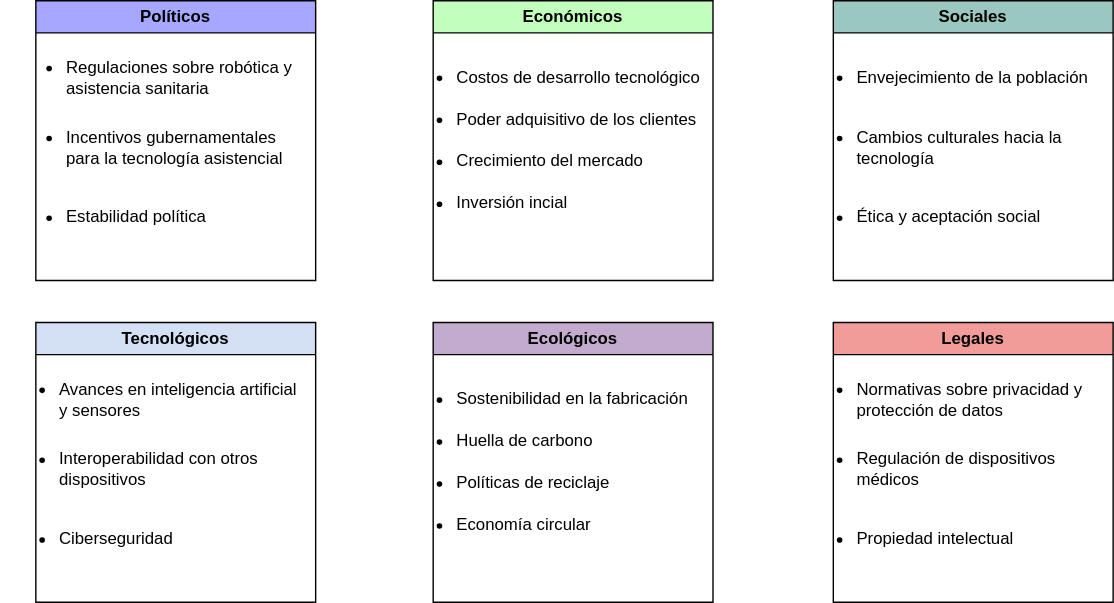
This is img/Pestel.drawio.svg from ldcas-uc3m/PESI-PF, a draw.io export, as it was before one commit. Source tidied: cells renumbered, new cells last; positions are measured from the earlier drawing's top-left corner, leaving out a move shared by most shapes.
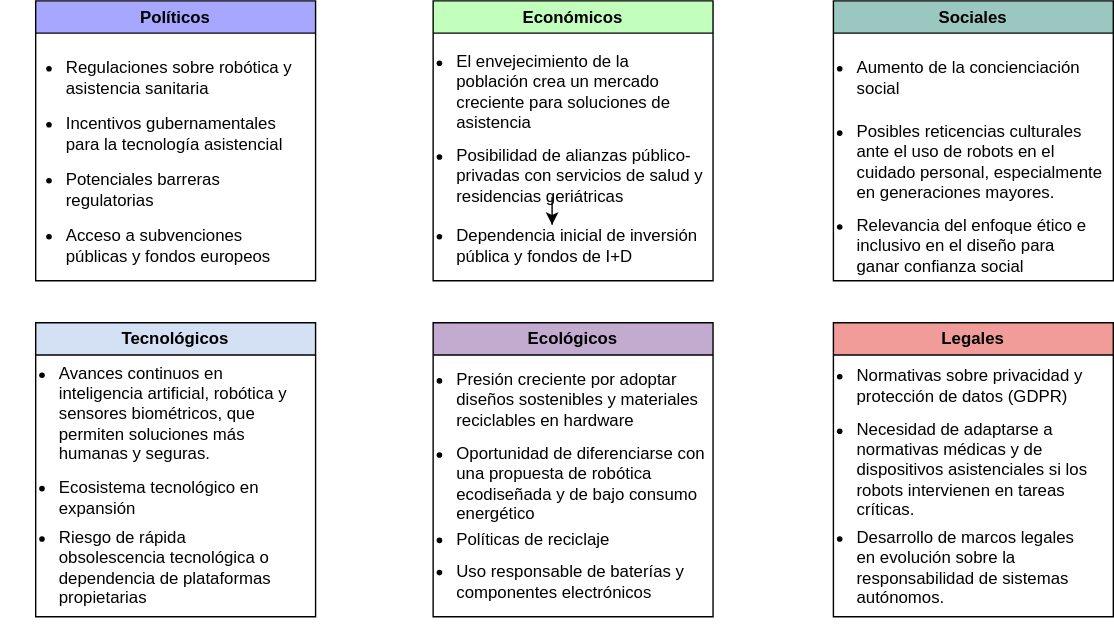
After the commit.

Commit message:
Nuevo Pestel

Change to the diagram source:
```diff
@@ -9,76 +9,79 @@
       <mxGeometry x="-20" y="40" width="210" height="30" as="geometry" />
     </mxCell>
     <mxCell id="4" value="&lt;ul&gt;&lt;li&gt;Incentivos gubernamentales para la tecnología asistencial&lt;/li&gt;&lt;/ul&gt;" style="text;html=1;align=left;verticalAlign=middle;whiteSpace=wrap;rounded=0;" parent="2" vertex="1">
-      <mxGeometry x="-20" y="90" width="210" height="30" as="geometry" />
+      <mxGeometry x="-20" y="80" width="210" height="30" as="geometry" />
     </mxCell>
-    <mxCell id="5" value="&lt;ul&gt;&lt;li&gt;Estabilidad política&lt;/li&gt;&lt;/ul&gt;" style="text;html=1;align=left;verticalAlign=middle;whiteSpace=wrap;rounded=0;" parent="2" vertex="1">
-      <mxGeometry x="-20" y="140" width="210" height="30" as="geometry" />
+    <mxCell id="5" value="&lt;ul&gt;&lt;li&gt;Potenciales barreras regulatorias&lt;/li&gt;&lt;/ul&gt;" style="text;html=1;align=left;verticalAlign=middle;whiteSpace=wrap;rounded=0;" parent="2" vertex="1">
+      <mxGeometry x="-20" y="120" width="210" height="30" as="geometry" />
     </mxCell>
+    <mxCell id="28" value="&lt;ul&gt;&lt;li&gt;Acceso a subvenciones públicas y fondos europeos&lt;/li&gt;&lt;/ul&gt;" style="text;html=1;align=left;verticalAlign=middle;whiteSpace=wrap;rounded=0;" parent="2" vertex="1">
+      <mxGeometry x="-20" y="160" width="210" height="30" as="geometry" />
+    </mxCell>
     <mxCell id="6" value="Económicos" style="swimlane;whiteSpace=wrap;html=1;fillColor=#C2FFBD;" parent="1" vertex="1">
       <mxGeometry x="309" width="200" height="200" as="geometry" />
     </mxCell>
-    <mxCell id="7" value="&lt;ul&gt;&lt;li&gt;Costos de desarrollo tecnológico&lt;/li&gt;&lt;/ul&gt;" style="text;html=1;align=left;verticalAlign=middle;whiteSpace=wrap;rounded=0;" parent="6" vertex="1">
-      <mxGeometry x="-25" y="40" width="220" height="30" as="geometry" />
+    <mxCell id="7" value="&lt;ul&gt;&lt;li&gt;El envejecimiento de la población crea un mercado creciente para soluciones de asistencia&lt;/li&gt;&lt;/ul&gt;" style="text;html=1;align=left;verticalAlign=middle;whiteSpace=wrap;rounded=0;" parent="6" vertex="1">
+      <mxGeometry x="-25" y="50" width="220" height="30" as="geometry" />
     </mxCell>
+    <mxCell id="29" style="edgeStyle=orthogonalEdgeStyle;rounded=0;jettySize=auto;html=1;" parent="6" edge="1" source="8" target="30">
+      <mxGeometry relative="1" as="geometry" />
+    </mxCell>
-    <mxCell id="8" value="&lt;ul&gt;&lt;li&gt;Poder adquisitivo de los clientes&lt;/li&gt;&lt;/ul&gt;" style="text;html=1;align=left;verticalAlign=middle;whiteSpace=wrap;rounded=0;" parent="6" vertex="1">
-      <mxGeometry x="-25" y="70" width="220" height="30" as="geometry" />
+    <mxCell id="8" value="&lt;ul&gt;&lt;li&gt;Posibilidad de alianzas público-privadas con servicios de salud y residencias geriátricas&lt;/li&gt;&lt;/ul&gt;" style="text;html=1;align=left;verticalAlign=middle;whiteSpace=wrap;rounded=0;" parent="6" vertex="1">
+      <mxGeometry x="-25" y="110" width="220" height="30" as="geometry" />
     </mxCell>
-    <mxCell id="9" value="&lt;ul&gt;&lt;li&gt;Crecimiento del mercado&lt;/li&gt;&lt;/ul&gt;" style="text;html=1;align=left;verticalAlign=middle;whiteSpace=wrap;rounded=0;" parent="6" vertex="1">
-      <mxGeometry x="-25" y="100" width="210" height="30" as="geometry" />
-    </mxCell>
-    <mxCell id="10" value="&lt;ul&gt;&lt;li&gt;Inversión incial&lt;/li&gt;&lt;/ul&gt;" style="text;html=1;align=left;verticalAlign=middle;whiteSpace=wrap;rounded=0;" parent="6" vertex="1">
-      <mxGeometry x="-25" y="130" width="210" height="30" as="geometry" />
-    </mxCell>
+    <mxCell id="30" value="&lt;ul&gt;&lt;li&gt;Dependencia inicial de inversión pública y fondos de I+D&lt;/li&gt;&lt;/ul&gt;" style="text;html=1;align=left;verticalAlign=middle;whiteSpace=wrap;rounded=0;" parent="6" vertex="1">
+      <mxGeometry x="-25" y="160" width="220" height="30" as="geometry" />
+    </mxCell>
     <mxCell id="11" value="Sociales" style="swimlane;whiteSpace=wrap;html=1;fillColor=#9AC7BF;" parent="1" vertex="1">
       <mxGeometry x="595" width="200" height="200" as="geometry" />
     </mxCell>
-    <mxCell id="12" value="&lt;ul&gt;&lt;li&gt;Envejecimiento de la población&lt;/li&gt;&lt;/ul&gt;" style="text;html=1;align=left;verticalAlign=middle;whiteSpace=wrap;rounded=0;" parent="11" vertex="1">
+    <mxCell id="12" value="&lt;ul&gt;&lt;li&gt;Aumento de la concienciación social&lt;/li&gt;&lt;/ul&gt;" style="text;html=1;align=left;verticalAlign=middle;whiteSpace=wrap;rounded=0;" parent="11" vertex="1">
       <mxGeometry x="-25" y="40" width="220" height="30" as="geometry" />
     </mxCell>
-    <mxCell id="13" value="&lt;ul&gt;&lt;li&gt;Cambios culturales hacia la tecnología&lt;/li&gt;&lt;/ul&gt;" style="text;html=1;align=left;verticalAlign=middle;whiteSpace=wrap;rounded=0;" parent="11" vertex="1">
-      <mxGeometry x="-25" y="90" width="220" height="30" as="geometry" />
+    <mxCell id="13" value="&lt;ul&gt;&lt;li&gt;Posibles reticencias culturales ante el uso de robots en el cuidado personal, especialmente en generaciones mayores.&lt;/li&gt;&lt;/ul&gt;" style="text;html=1;align=left;verticalAlign=middle;whiteSpace=wrap;rounded=0;" parent="11" vertex="1">
+      <mxGeometry x="-25" y="100" width="220" height="30" as="geometry" />
     </mxCell>
-    <mxCell id="14" value="&lt;ul&gt;&lt;li&gt;Ética y aceptación social&lt;/li&gt;&lt;/ul&gt;" style="text;html=1;align=left;verticalAlign=middle;whiteSpace=wrap;rounded=0;" parent="11" vertex="1">
-      <mxGeometry x="-25" y="140" width="210" height="30" as="geometry" />
+    <mxCell id="14" value="&lt;ul&gt;&lt;li&gt;Relevancia del enfoque ético e inclusivo en el diseño para ganar confianza social&lt;/li&gt;&lt;/ul&gt;" style="text;html=1;align=left;verticalAlign=middle;whiteSpace=wrap;rounded=0;" parent="11" vertex="1">
+      <mxGeometry x="-25" y="160" width="210" height="30" as="geometry" />
     </mxCell>
     <mxCell id="15" value="Tecnológicos" style="swimlane;whiteSpace=wrap;html=1;fillColor=#D4E1F5;" parent="1" vertex="1">
-      <mxGeometry x="25" y="230" width="200" height="200" as="geometry" />
+      <mxGeometry x="25" y="230" width="200" height="210" as="geometry" />
     </mxCell>
-    <mxCell id="16" value="&lt;ul&gt;&lt;li&gt;Avances en inteligencia artificial y sensores&lt;/li&gt;&lt;/ul&gt;" style="text;html=1;align=left;verticalAlign=middle;whiteSpace=wrap;rounded=0;" parent="15" vertex="1">
-      <mxGeometry x="-25" y="40" width="220" height="30" as="geometry" />
+    <mxCell id="16" value="&lt;ul&gt;&lt;li&gt;Avances continuos en inteligencia artificial, robótica y sensores biométricos, que permiten soluciones más humanas y seguras.&lt;/li&gt;&lt;/ul&gt;" style="text;html=1;align=left;verticalAlign=middle;whiteSpace=wrap;rounded=0;" parent="15" vertex="1">
+      <mxGeometry x="-25" y="50" width="220" height="30" as="geometry" />
     </mxCell>
-    <mxCell id="17" value="&lt;ul&gt;&lt;li&gt;Interoperabilidad con otros dispositivos&lt;/li&gt;&lt;/ul&gt;" style="text;html=1;align=left;verticalAlign=middle;whiteSpace=wrap;rounded=0;" parent="15" vertex="1">
-      <mxGeometry x="-25" y="90" width="220" height="30" as="geometry" />
+    <mxCell id="17" value="&lt;ul&gt;&lt;li&gt;Ecosistema tecnológico en expansión&lt;/li&gt;&lt;/ul&gt;" style="text;html=1;align=left;verticalAlign=middle;whiteSpace=wrap;rounded=0;" parent="15" vertex="1">
+      <mxGeometry x="-25" y="110" width="220" height="30" as="geometry" />
     </mxCell>
-    <mxCell id="18" value="&lt;ul&gt;&lt;li&gt;Ciberseguridad&lt;/li&gt;&lt;/ul&gt;" style="text;html=1;align=left;verticalAlign=middle;whiteSpace=wrap;rounded=0;" parent="15" vertex="1">
-      <mxGeometry x="-25" y="140" width="210" height="30" as="geometry" />
+    <mxCell id="18" value="&lt;ul&gt;&lt;li&gt;Riesgo de rápida obsolescencia tecnológica o dependencia de plataformas propietarias&lt;/li&gt;&lt;/ul&gt;" style="text;html=1;align=left;verticalAlign=middle;whiteSpace=wrap;rounded=0;" parent="15" vertex="1">
+      <mxGeometry x="-25" y="160" width="210" height="30" as="geometry" />
     </mxCell>
     <mxCell id="19" value="Ecológicos" style="swimlane;whiteSpace=wrap;html=1;fillColor=#C3ABD0;" parent="1" vertex="1">
-      <mxGeometry x="309" y="230" width="200" height="200" as="geometry" />
+      <mxGeometry x="309" y="230" width="200" height="210" as="geometry" />
     </mxCell>
-    <mxCell id="20" value="&lt;ul&gt;&lt;li&gt;Sostenibilidad en la fabricación&lt;/li&gt;&lt;/ul&gt;" style="text;html=1;align=left;verticalAlign=middle;whiteSpace=wrap;rounded=0;" parent="19" vertex="1">
+    <mxCell id="20" value="&lt;ul&gt;&lt;li&gt;Presión creciente por adoptar diseños sostenibles y materiales reciclables en hardware&lt;/li&gt;&lt;/ul&gt;" style="text;html=1;align=left;verticalAlign=middle;whiteSpace=wrap;rounded=0;" parent="19" vertex="1">
       <mxGeometry x="-25" y="40" width="220" height="30" as="geometry" />
     </mxCell>
-    <mxCell id="21" value="&lt;ul&gt;&lt;li&gt;Huella de carbono&lt;/li&gt;&lt;/ul&gt;" style="text;html=1;align=left;verticalAlign=middle;whiteSpace=wrap;rounded=0;" parent="19" vertex="1">
-      <mxGeometry x="-25" y="70" width="220" height="30" as="geometry" />
+    <mxCell id="21" value="&lt;ul&gt;&lt;li&gt;Oportunidad de diferenciarse con una propuesta de robótica ecodiseñada y de bajo consumo energético&lt;/li&gt;&lt;/ul&gt;" style="text;html=1;align=left;verticalAlign=middle;whiteSpace=wrap;rounded=0;" parent="19" vertex="1">
+      <mxGeometry x="-25" y="100" width="220" height="30" as="geometry" />
     </mxCell>
     <mxCell id="22" value="&lt;ul&gt;&lt;li&gt;Políticas de reciclaje&lt;/li&gt;&lt;/ul&gt;" style="text;html=1;align=left;verticalAlign=middle;whiteSpace=wrap;rounded=0;" parent="19" vertex="1">
-      <mxGeometry x="-25" y="100" width="210" height="30" as="geometry" />
+      <mxGeometry x="-25" y="140" width="210" height="30" as="geometry" />
     </mxCell>
-    <mxCell id="23" value="&lt;ul&gt;&lt;li&gt;Economía circular&lt;/li&gt;&lt;/ul&gt;" style="text;html=1;align=left;verticalAlign=middle;whiteSpace=wrap;rounded=0;" parent="19" vertex="1">
-      <mxGeometry x="-25" y="130" width="210" height="30" as="geometry" />
+    <mxCell id="23" value="&lt;ul&gt;&lt;li&gt;Uso responsable de baterías y componentes electrónicos&lt;/li&gt;&lt;/ul&gt;" style="text;html=1;align=left;verticalAlign=middle;whiteSpace=wrap;rounded=0;" parent="19" vertex="1">
+      <mxGeometry x="-25" y="170" width="210" height="30" as="geometry" />
     </mxCell>
     <mxCell id="24" value="Legales" style="swimlane;whiteSpace=wrap;html=1;fillColor=#F19C99;" parent="1" vertex="1">
-      <mxGeometry x="595" y="230" width="200" height="200" as="geometry" />
+      <mxGeometry x="595" y="230" width="200" height="210" as="geometry" />
     </mxCell>
-    <mxCell id="25" value="&lt;ul&gt;&lt;li&gt;Normativas sobre privacidad y protección de datos&lt;/li&gt;&lt;/ul&gt;" style="text;html=1;align=left;verticalAlign=middle;whiteSpace=wrap;rounded=0;" parent="24" vertex="1">
-      <mxGeometry x="-25" y="40" width="220" height="30" as="geometry" />
+    <mxCell id="25" value="&lt;ul&gt;&lt;li&gt;Normativas sobre privacidad y protección de datos (GDPR)&lt;/li&gt;&lt;/ul&gt;" style="text;html=1;align=left;verticalAlign=middle;whiteSpace=wrap;rounded=0;" parent="24" vertex="1">
+      <mxGeometry x="-25" y="30" width="220" height="30" as="geometry" />
     </mxCell>
-    <mxCell id="26" value="&lt;ul&gt;&lt;li&gt;Regulación de dispositivos médicos&lt;/li&gt;&lt;/ul&gt;" style="text;html=1;align=left;verticalAlign=middle;whiteSpace=wrap;rounded=0;" parent="24" vertex="1">
+    <mxCell id="26" value="&lt;ul&gt;&lt;li&gt;Necesidad de adaptarse a normativas médicas y de dispositivos asistenciales si los robots intervienen en tareas críticas.&lt;/li&gt;&lt;/ul&gt;" style="text;html=1;align=left;verticalAlign=middle;whiteSpace=wrap;rounded=0;" parent="24" vertex="1">
       <mxGeometry x="-25" y="90" width="220" height="30" as="geometry" />
     </mxCell>
-    <mxCell id="27" value="&lt;ul&gt;&lt;li&gt;Propiedad intelectual&lt;/li&gt;&lt;/ul&gt;" style="text;html=1;align=left;verticalAlign=middle;whiteSpace=wrap;rounded=0;" parent="24" vertex="1">
-      <mxGeometry x="-25" y="140" width="210" height="30" as="geometry" />
+    <mxCell id="27" value="&lt;ul&gt;&lt;li&gt;Desarrollo de marcos legales en evolución sobre la responsabilidad de sistemas autónomos.&lt;/li&gt;&lt;/ul&gt;" style="text;html=1;align=left;verticalAlign=middle;whiteSpace=wrap;rounded=0;" parent="24" vertex="1">
+      <mxGeometry x="-25" y="160" width="210" height="30" as="geometry" />
     </mxCell>
   </root>
 </mxGraphModel>
```
